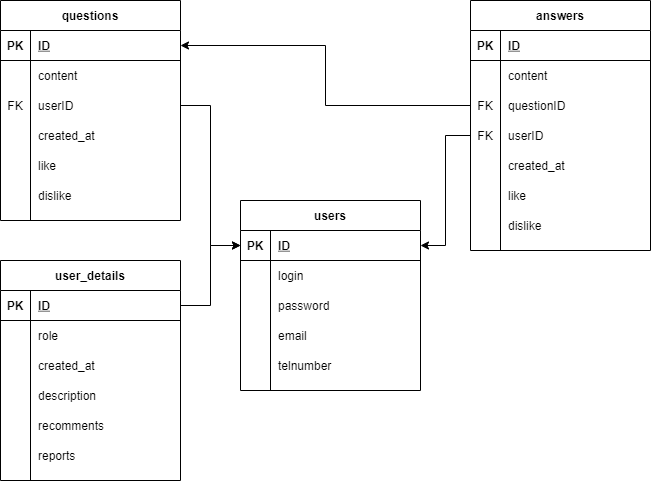
Earlier version of the draw.io export database.png (ShocikI/Dlaczego). Source tidied: cells renumbered, new cells last; positions are measured from the earlier drawing's top-left corner, leaving out a move shared by most shapes.
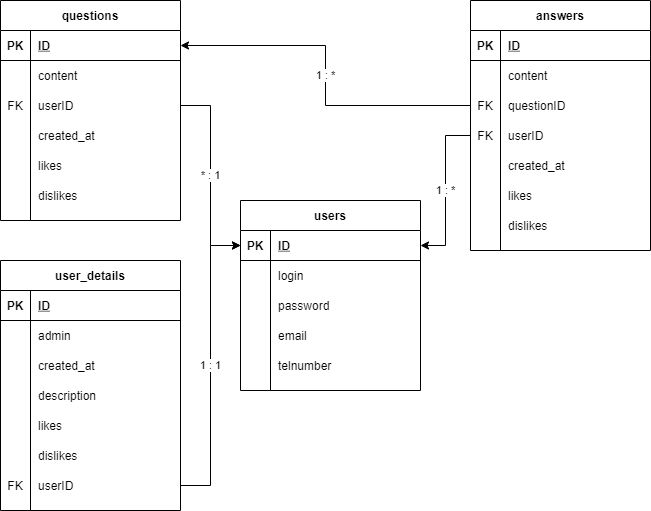
The same file after the commit.

What changed in the source:
```diff
@@ -95,7 +95,7 @@
     <mxCell id="32" style="shape=partialRectangle;fillColor=none;top=0;left=0;bottom=0;right=0;overflow=hidden;" parent="31" vertex="1">
       <mxGeometry width="30" height="30" as="geometry" />
     </mxCell>
-    <mxCell id="33" value="like" style="shape=partialRectangle;fillColor=none;top=0;left=0;bottom=0;right=0;align=left;spacingLeft=6;overflow=hidden;" parent="31" vertex="1">
+    <mxCell id="33" value="likes" style="shape=partialRectangle;fillColor=none;top=0;left=0;bottom=0;right=0;align=left;spacingLeft=6;overflow=hidden;" parent="31" vertex="1">
       <mxGeometry x="30" width="150" height="30" as="geometry" />
     </mxCell>
     <mxCell id="34" style="shape=partialRectangle;fillColor=none;top=0;left=0;bottom=0;right=0;" parent="18" vertex="1">
@@ -104,7 +104,7 @@
     <mxCell id="35" style="shape=partialRectangle;fillColor=none;top=0;left=0;bottom=0;right=0;overflow=hidden;" parent="34" vertex="1">
       <mxGeometry width="30" height="30" as="geometry" />
     </mxCell>
-    <mxCell id="36" value="dislike" style="shape=partialRectangle;fillColor=none;top=0;left=0;bottom=0;right=0;align=left;spacingLeft=6;overflow=hidden;" parent="34" vertex="1">
+    <mxCell id="36" value="dislikes" style="shape=partialRectangle;fillColor=none;top=0;left=0;bottom=0;right=0;align=left;spacingLeft=6;overflow=hidden;" parent="34" vertex="1">
       <mxGeometry x="30" width="150" height="30" as="geometry" />
     </mxCell>
     <mxCell id="37" value="answers" style="shape=table;startSize=30;rowLines=0;fontStyle=1;align=center;" parent="1" vertex="1">
@@ -161,7 +161,7 @@
     <mxCell id="54" style="shape=partialRectangle;fillColor=none;top=0;left=0;bottom=0;right=0;overflow=hidden;" parent="53" vertex="1">
       <mxGeometry width="30" height="30" as="geometry" />
     </mxCell>
-    <mxCell id="55" value="like" style="shape=partialRectangle;fillColor=none;top=0;left=0;bottom=0;right=0;align=left;spacingLeft=6;overflow=hidden;" parent="53" vertex="1">
+    <mxCell id="55" value="likes" style="shape=partialRectangle;fillColor=none;top=0;left=0;bottom=0;right=0;align=left;spacingLeft=6;overflow=hidden;" parent="53" vertex="1">
       <mxGeometry x="30" width="150" height="30" as="geometry" />
     </mxCell>
     <mxCell id="56" style="shape=partialRectangle;fillColor=none;top=0;left=0;bottom=0;right=0;" parent="37" vertex="1">
@@ -170,11 +170,11 @@
     <mxCell id="57" style="shape=partialRectangle;fillColor=none;top=0;left=0;bottom=0;right=0;overflow=hidden;" parent="56" vertex="1">
       <mxGeometry width="30" height="30" as="geometry" />
     </mxCell>
-    <mxCell id="58" value="dislike" style="shape=partialRectangle;fillColor=none;top=0;left=0;bottom=0;right=0;align=left;spacingLeft=6;overflow=hidden;" parent="56" vertex="1">
+    <mxCell id="58" value="dislikes" style="shape=partialRectangle;fillColor=none;top=0;left=0;bottom=0;right=0;align=left;spacingLeft=6;overflow=hidden;" parent="56" vertex="1">
       <mxGeometry x="30" width="150" height="30" as="geometry" />
     </mxCell>
     <mxCell id="59" value="user_details" style="shape=table;startSize=30;rowLines=0;fontStyle=1;align=center;" parent="1" vertex="1">
-      <mxGeometry y="260" width="180" height="220" as="geometry" />
+      <mxGeometry y="260" width="180" height="250" as="geometry" />
     </mxCell>
     <mxCell id="60" style="shape=partialRectangle;fillColor=none;top=0;left=0;bottom=1;right=0;points=[[0,0.5],[1,0.5]];portConstraint=eastwest;" parent="59" vertex="1">
       <mxGeometry y="30" width="180" height="30" as="geometry" />
@@ -191,7 +191,7 @@
     <mxCell id="64" style="shape=partialRectangle;fillColor=none;top=0;left=0;bottom=0;right=0;overflow=hidden;" parent="63" vertex="1">
       <mxGeometry width="30" height="30" as="geometry" />
     </mxCell>
-    <mxCell id="65" value="role" style="shape=partialRectangle;fillColor=none;top=0;left=0;bottom=0;right=0;align=left;spacingLeft=6;overflow=hidden;" parent="63" vertex="1">
+    <mxCell id="65" value="admin" style="shape=partialRectangle;fillColor=none;top=0;left=0;bottom=0;right=0;align=left;spacingLeft=6;overflow=hidden;" parent="63" vertex="1">
       <mxGeometry x="30" width="150" height="30" as="geometry" />
     </mxCell>
     <mxCell id="66" style="shape=partialRectangle;fillColor=none;top=0;left=0;bottom=0;right=0;" parent="59" vertex="1">
@@ -218,7 +218,7 @@
     <mxCell id="73" style="shape=partialRectangle;fillColor=none;top=0;left=0;bottom=0;right=0;overflow=hidden;" parent="72" vertex="1">
       <mxGeometry width="30" height="30" as="geometry" />
     </mxCell>
-    <mxCell id="74" value="recomments" style="shape=partialRectangle;fillColor=none;top=0;left=0;bottom=0;right=0;align=left;spacingLeft=6;overflow=hidden;" parent="72" vertex="1">
+    <mxCell id="74" value="likes" style="shape=partialRectangle;fillColor=none;top=0;left=0;bottom=0;right=0;align=left;spacingLeft=6;overflow=hidden;" parent="72" vertex="1">
       <mxGeometry x="30" width="150" height="30" as="geometry" />
     </mxCell>
     <mxCell id="75" style="shape=partialRectangle;fillColor=none;top=0;left=0;bottom=0;right=0;" parent="59" vertex="1">
@@ -227,20 +227,29 @@
     <mxCell id="76" style="shape=partialRectangle;fillColor=none;top=0;left=0;bottom=0;right=0;overflow=hidden;" parent="75" vertex="1">
       <mxGeometry width="30" height="30" as="geometry" />
     </mxCell>
-    <mxCell id="77" value="reports" style="shape=partialRectangle;fillColor=none;top=0;left=0;bottom=0;right=0;align=left;spacingLeft=6;overflow=hidden;" parent="75" vertex="1">
+    <mxCell id="77" value="dislikes" style="shape=partialRectangle;fillColor=none;top=0;left=0;bottom=0;right=0;align=left;spacingLeft=6;overflow=hidden;" parent="75" vertex="1">
       <mxGeometry x="30" width="150" height="30" as="geometry" />
     </mxCell>
+    <mxCell id="82" style="shape=partialRectangle;fillColor=none;top=0;left=0;bottom=0;right=0;points=[[0,0.5],[1,0.5]];portConstraint=eastwest;" parent="59" vertex="1">
+      <mxGeometry y="210" width="180" height="30" as="geometry" />
+    </mxCell>
+    <mxCell id="83" value="FK" style="shape=partialRectangle;fillColor=none;top=0;left=0;bottom=0;right=0;fontStyle=0;overflow=hidden;" parent="82" vertex="1">
+      <mxGeometry width="30" height="30" as="geometry" />
+    </mxCell>
+    <mxCell id="84" value="userID" style="shape=partialRectangle;fillColor=none;top=0;left=0;bottom=0;right=0;align=left;spacingLeft=6;fontStyle=0;overflow=hidden;" parent="82" vertex="1">
+      <mxGeometry x="30" width="150" height="30" as="geometry" />
+    </mxCell>
-    <mxCell id="78" style="edgeStyle=orthogonalEdgeStyle;rounded=0;jettySize=auto;html=1;exitX=0;exitY=0.5;exitDx=0;exitDy=0;entryX=1;entryY=0.5;entryDx=0;entryDy=0;" parent="1" edge="1" source="44" target="19">
+    <mxCell id="78" value="1 : *" style="edgeStyle=orthogonalEdgeStyle;rounded=0;jettySize=auto;html=1;exitX=0;exitY=0.5;exitDx=0;exitDy=0;entryX=1;entryY=0.5;entryDx=0;entryDy=0;" parent="1" edge="1" source="44" target="19">
       <mxGeometry relative="1" as="geometry" />
     </mxCell>
-    <mxCell id="79" style="edgeStyle=orthogonalEdgeStyle;rounded=0;jettySize=auto;html=1;exitX=0;exitY=0.5;exitDx=0;exitDy=0;entryX=1;entryY=0.5;entryDx=0;entryDy=0;" parent="1" edge="1" source="47" target="3">
+    <mxCell id="79" value="1 : *" style="edgeStyle=orthogonalEdgeStyle;rounded=0;jettySize=auto;html=1;exitX=0;exitY=0.5;exitDx=0;exitDy=0;entryX=1;entryY=0.5;entryDx=0;entryDy=0;" parent="1" edge="1" source="47" target="3">
       <mxGeometry relative="1" as="geometry" />
     </mxCell>
-    <mxCell id="80" style="edgeStyle=orthogonalEdgeStyle;rounded=0;jettySize=auto;html=1;exitX=1;exitY=0.5;exitDx=0;exitDy=0;entryX=0;entryY=0.5;entryDx=0;entryDy=0;" parent="1" edge="1" source="25" target="3">
+    <mxCell id="80" value="* : 1" style="edgeStyle=orthogonalEdgeStyle;rounded=0;jettySize=auto;html=1;exitX=1;exitY=0.5;exitDx=0;exitDy=0;entryX=0;entryY=0.5;entryDx=0;entryDy=0;" parent="1" edge="1" source="25" target="3">
       <mxGeometry relative="1" as="geometry" />
     </mxCell>
-    <mxCell id="81" style="edgeStyle=orthogonalEdgeStyle;rounded=0;jettySize=auto;html=1;exitX=1;exitY=0.5;exitDx=0;exitDy=0;" parent="1" edge="1" source="60" target="3">
-      <mxGeometry relative="1" as="geometry" />
-    </mxCell>
+    <mxCell id="85" value="1 : 1" style="edgeStyle=orthogonalEdgeStyle;rounded=0;jettySize=auto;html=1;exitX=1;exitY=0.5;exitDx=0;exitDy=0;entryX=0;entryY=0.5;entryDx=0;entryDy=0;" parent="1" edge="1" source="82" target="3">
+      <mxGeometry relative="1" as="geometry" />
+    </mxCell>
   </root>
 </mxGraphModel>
```
